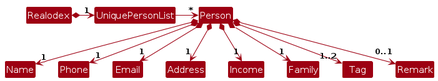
Above: diagrams/BetterModelClassDiagram.png in AY2324S2-CS2103T-W10-1/tp (PlantUML), before the change. Its source is kept beside it as diagrams/BetterModelClassDiagram.puml.
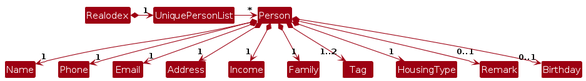
After the change.

What changed in the source:
```diff
@@ -15,5 +15,7 @@
 Person *--> "1" Income
 Person *--> "1" Family
 Person *--> "1..2" Tag
+Person *--> "1" HousingType
 Person *--> "  0..1" Remark
+Person *--> "0..1" Birthday
 @enduml
```
